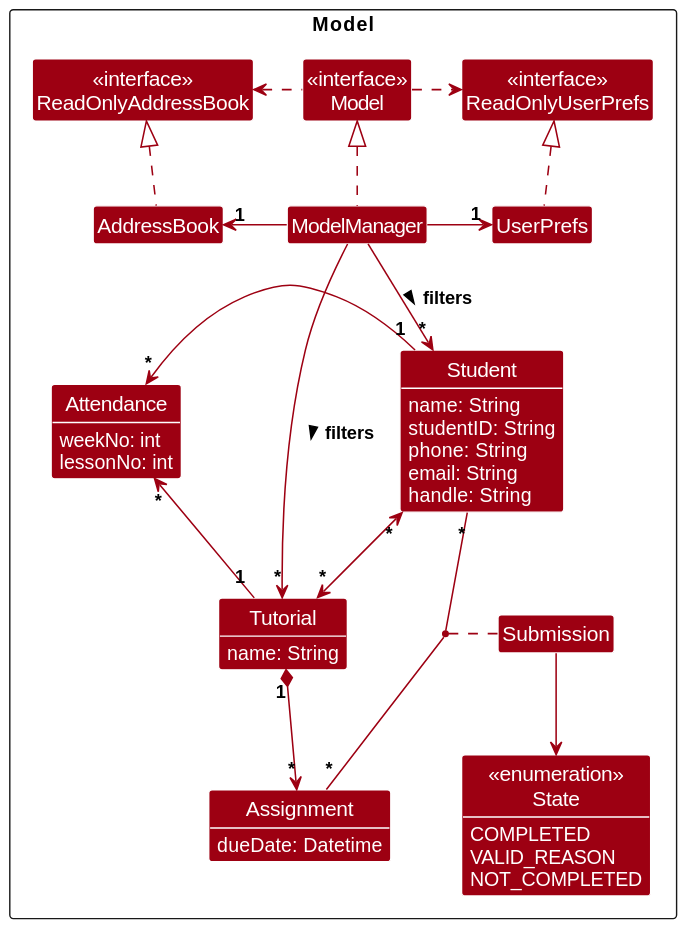
Above: docs/images/ModelClassDiagram.svg in WhyAre/tp (PlantUML), before the change.
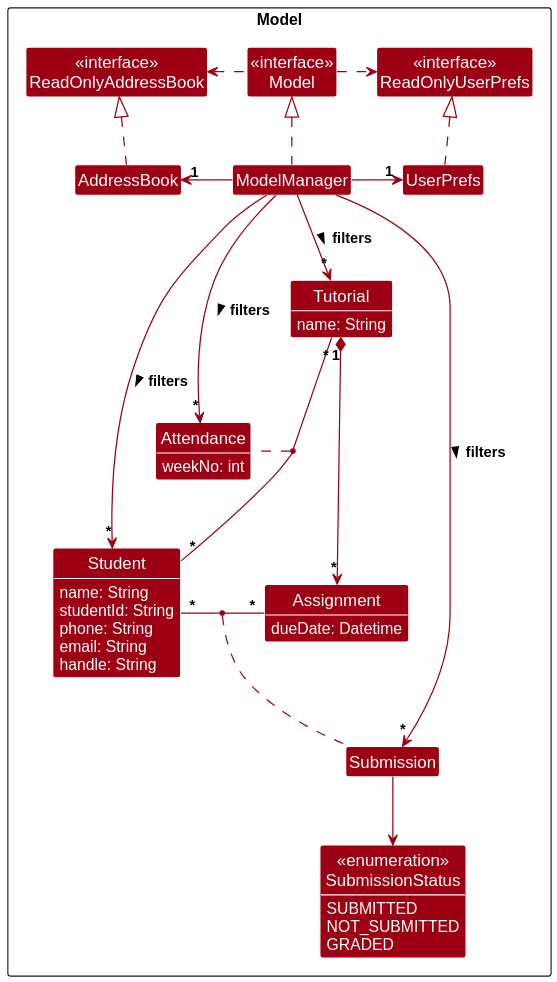
Above is the later version.

Commit message:
Update class diagram

Change to the diagram source:
```diff
@@ -17,7 +17,7 @@
 
 class Student {
     name: String
-    studentID: String
+    studentId: String
     phone: String
     email: String
     handle: String
@@ -32,15 +32,14 @@
 
 class Attendance {
     weekNo: int
-    lessonNo: int
 }
 
 class Submission
 
-enum "<<enumeration>>\nState" as State {
-    COMPLETED
-    VALID_REASON
-    NOT_COMPLETED
+enum "<<enumeration>>\nSubmissionStatus" as State {
+    SUBMITTED
+    NOT_SUBMITTED
+    GRADED
 }
 }
 
@@ -55,13 +54,15 @@
 
 ModelManager --> "*" Tutorial : filters >
 ModelManager --> "*" Student : filters >
+ModelManager --> "*" Submission : filters >
+ModelManager --> "*" Attendance : filters >
 
-Student "*" <--> "*" Tutorial
 Tutorial "1" *--> "*" Assignment
-Attendance "*" <-right- "1" Student
-Attendance "*" <-- "1" Tutorial
 
-Student "*" -- "*" Assignment
+Tutorial "*" -- "*" Student
+(Tutorial, Student) .. Attendance
+
+Student "*" -right- "*" Assignment
 (Student, Assignment) .. Submission
 
 Submission --> State
```
